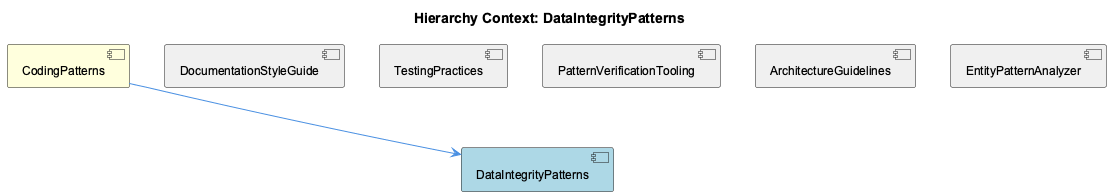
Before: knowledge-management/insights/images/data-integrity-patterns-relationship.png, a diagram exported from PlantUML (fwornle/coding). Its diagram source:
```plantuml
@startuml
!include _standard-style.puml

title Hierarchy Context: DataIntegrityPatterns

[CodingPatterns] as coding_patterns #FFFFDD
[DataIntegrityPatterns] as data_integrity_patterns #LightBlue
[DocumentationStyleGuide] as documentation_style_guide #F0F0F0
[TestingPractices] as testing_practices #F0F0F0
[PatternVerificationTooling] as pattern_verification_tooling #F0F0F0
[ArchitectureGuidelines] as architecture_guidelines #F0F0F0
[EntityPatternAnalyzer] as entity_pattern_analyzer #F0F0F0

coding_patterns --> data_integrity_patterns
documentation_style_guide -[hidden]- data_integrity_patterns
testing_practices -[hidden]- data_integrity_patterns
pattern_verification_tooling -[hidden]- data_integrity_patterns
architecture_guidelines -[hidden]- data_integrity_patterns
entity_pattern_analyzer -[hidden]- data_integrity_patterns

@enduml
```
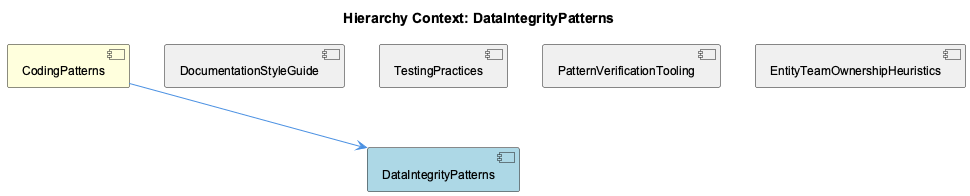
Above is the later version.

Diff of the diagram source:
```diff
@@ -8,14 +8,12 @@
 [DocumentationStyleGuide] as documentation_style_guide #F0F0F0
 [TestingPractices] as testing_practices #F0F0F0
 [PatternVerificationTooling] as pattern_verification_tooling #F0F0F0
-[ArchitectureGuidelines] as architecture_guidelines #F0F0F0
-[EntityPatternAnalyzer] as entity_pattern_analyzer #F0F0F0
+[EntityTeamOwnershipHeuristics] as entity_team_ownership_heuristics #F0F0F0
 
 coding_patterns --> data_integrity_patterns
 documentation_style_guide -[hidden]- data_integrity_patterns
 testing_practices -[hidden]- data_integrity_patterns
 pattern_verification_tooling -[hidden]- data_integrity_patterns
-architecture_guidelines -[hidden]- data_integrity_patterns
-entity_pattern_analyzer -[hidden]- data_integrity_patterns
+entity_team_ownership_heuristics -[hidden]- data_integrity_patterns
 
 @enduml
```
